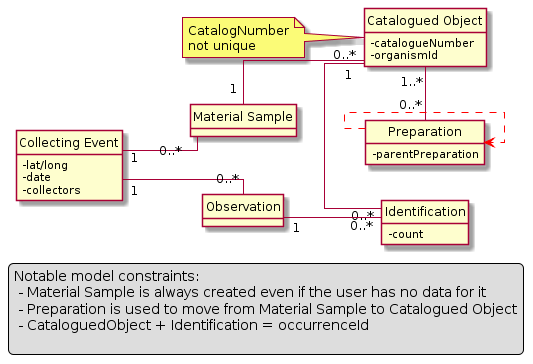
DINA-Web/collection-specs keeps this PlantUML diagram as documentation/collectionDataModel.png. Above is the earlier version.
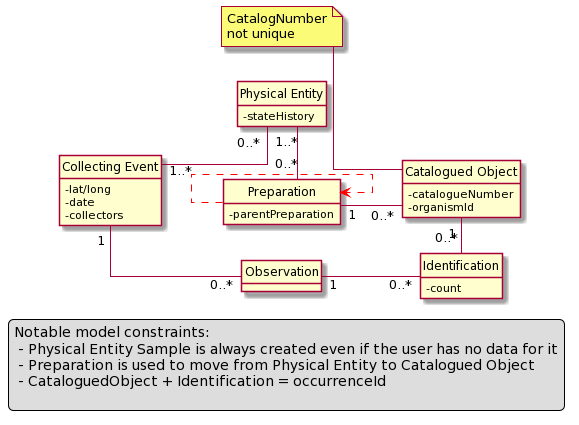
Above is the later version.

Change to the diagram source:
```diff
@@ -12,7 +12,8 @@
 -collectors
 }
 
-class "Material Sample" as ms {
+class "Physical Entity" as pe {
+-stateHistory
 }
 
 class "Observation" as obs {
@@ -20,12 +21,12 @@
 
 skinparam linetype spline
 
-note "CatalogNumber\nnot unique" as NU
-
 class "Catalogued Object" as co {
 -catalogueNumber
 -organismId
 }
+
+note "CatalogNumber\nnot unique" as NU
 
 class "Identification" as identification{
 -count
@@ -35,20 +36,20 @@
 -parentPreparation
 }
 
-ce "1 " -- "0..*" ms
+ce "1..* " -- "0..*" pe
 ce "1 " -- "0..*" obs
-ms "1 " -- "0..*" co
+preparation "1 " -- "0..*" co
 skinparam linetype ortho
 co "1 " - "0..*" identification
-co "1..*" - "0..*" preparation
+pe "1..*" - "0..*" preparation
 co -up-> NU
 preparation -[#red,dashed]-> preparation
 obs "1 " -- "0..*" identification
 
 legend right
 Notable model constraints:
- - Material Sample is always created even if the user has no data for it
- - Preparation is used to move from Material Sample to Catalogued Object
+ - Physical Entity Sample is always created even if the user has no data for it
+ - Preparation is used to move from Physical Entity to Catalogued Object
  - CataloguedObject + Identification = occurrenceId
 
 endlegend
```
